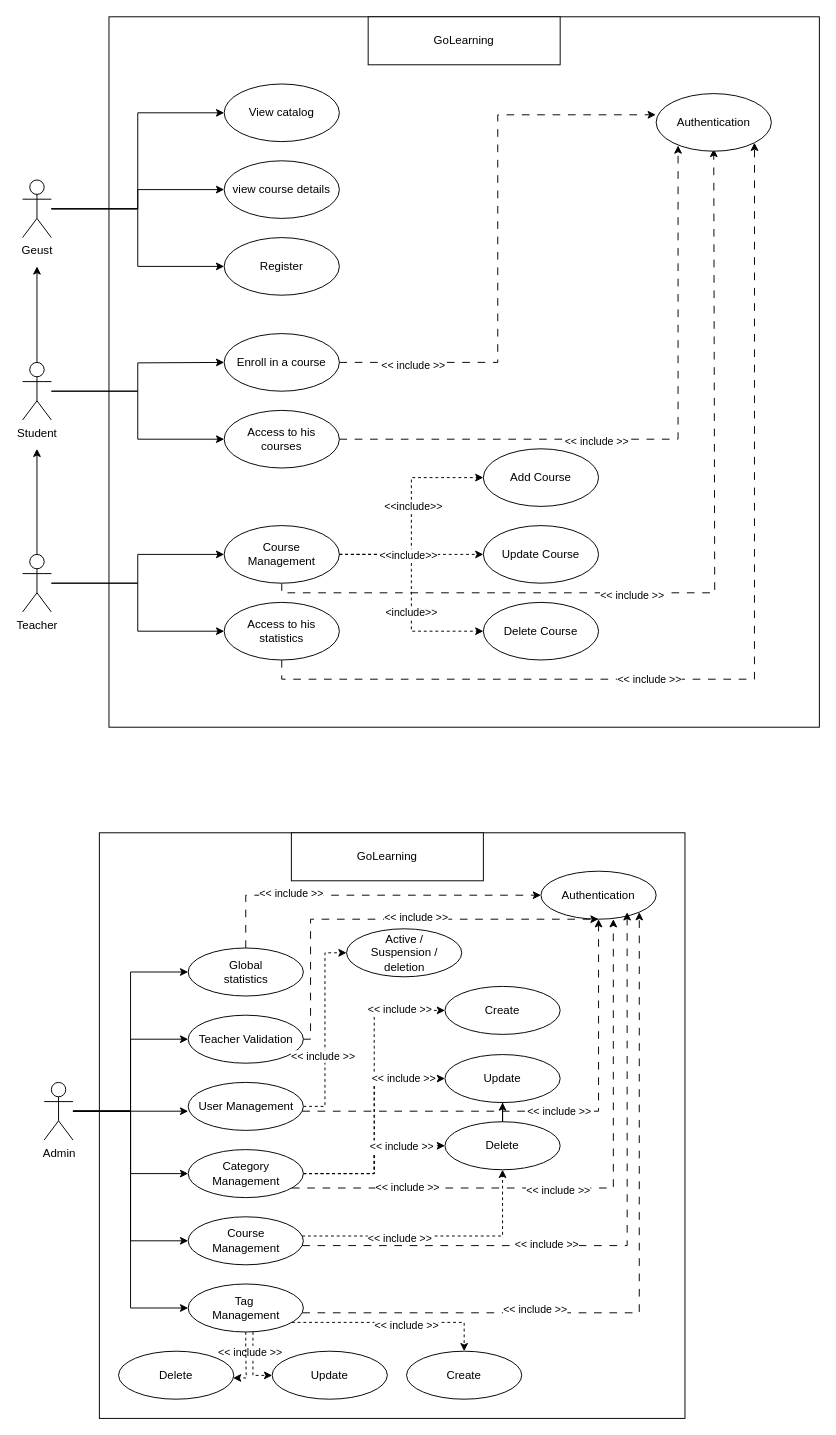
Earlier version of the draw.io diagram diagrams/use-case-diagram.drawio (aliyara290/GoLearning). Source tidied: cells renumbered, new cells numbered last; positions are measured from the earlier drawing's top-left corner, leaving out a move shared by most shapes. Both pictures are drawn from the tidied source at 96%, with x=0, y=0 at pixel (22, 16).
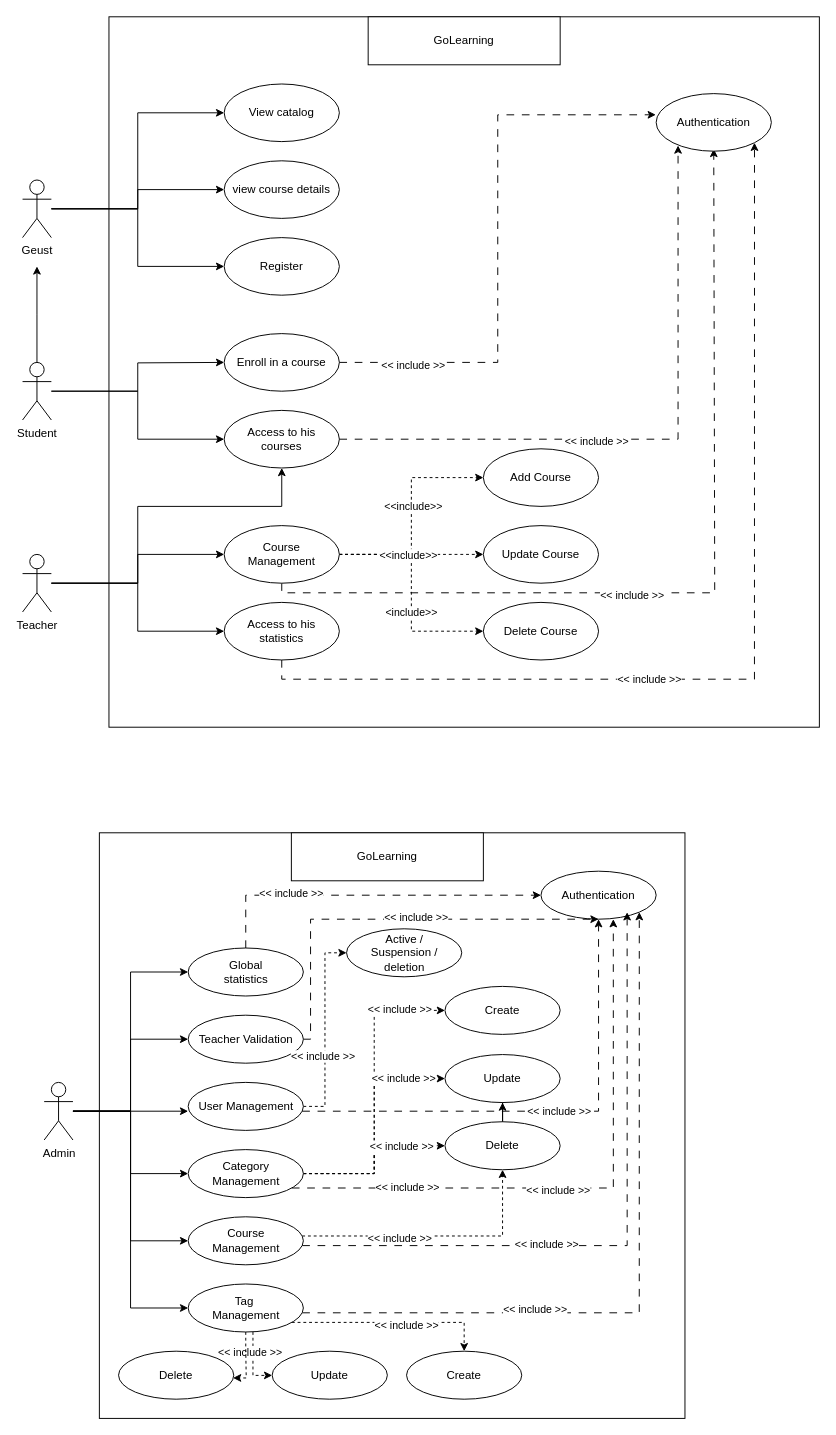
After the change.

Unchanged cells that the change refers to:
```xml
<mxCell id="14" value="Teacher" style="shape=umlActor;verticalLabelPosition=bottom;verticalAlign=top;html=1;outlineConnect=0;" parent="1" vertex="1">
  <mxGeometry y="560" width="30" height="60" as="geometry" />
</mxCell>
<mxCell id="19" value="Access to his&lt;div&gt;courses&lt;/div&gt;" style="ellipse;whiteSpace=wrap;html=1;" parent="1" vertex="1">
  <mxGeometry x="210" y="410" width="120" height="60" as="geometry" />
</mxCell>
```

What changed in the source:
```diff
@@
-    <mxCell id="13" style="edgeStyle=orthogonalEdgeStyle;rounded=0;jettySize=auto;html=1;" parent="1" edge="1" source="14">
-      <mxGeometry relative="1" as="geometry">
-        <mxPoint x="15" y="450" as="targetPoint" />
-      </mxGeometry>
-    </mxCell>
+    <mxCell id="93" style="edgeStyle=orthogonalEdgeStyle;rounded=0;jettySize=auto;html=1;entryX=0.5;entryY=1;entryDx=0;entryDy=0;" parent="1" edge="1" source="14" target="19">
+      <mxGeometry relative="1" as="geometry">
+        <Array as="points">
+          <mxPoint x="120" y="590" />
+          <mxPoint x="120" y="510" />
+          <mxPoint x="270" y="510" />
+        </Array>
+      </mxGeometry>
+    </mxCell>
```
